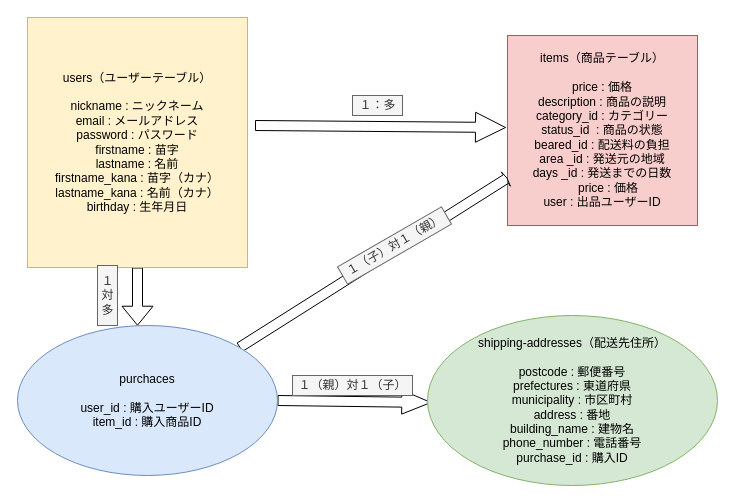
Toshi0619/furima-29092 keeps this draw.io diagram as erfigure.drawio. Above is the earlier version. Source tidied: cells renumbered, new cells numbered last; positions are measured from the earlier drawing's top-left corner, leaving out a move shared by most shapes. Both pictures are drawn from the tidied source at 100%, with x=0, y=0 at pixel (17, 17).
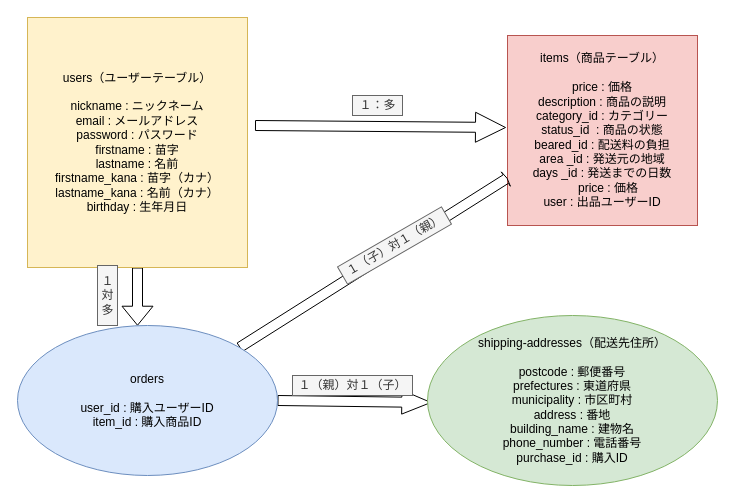
After the change.

What changed in the source:
```diff
@@
 <mxGraphModel>
   <root>
     <mxCell id="0" />
     <mxCell id="1" parent="0" />
     <mxCell id="2" style="edgeStyle=orthogonalEdgeStyle;shape=arrow;rounded=0;orthogonalLoop=1;jettySize=auto;html=1;" parent="1" edge="1">
       <mxGeometry relative="1" as="geometry">
         <mxPoint x="238" y="108" as="sourcePoint" />
         <mxPoint x="488" y="110" as="targetPoint" />
       </mxGeometry>
     </mxCell>
     <mxCell id="3" style="edgeStyle=orthogonalEdgeStyle;shape=flexArrow;rounded=0;jumpSize=13;jettySize=auto;html=1;fontColor=#000000;" parent="1" edge="1" source="4" target="8">
       <mxGeometry relative="1" as="geometry">
         <Array as="points">
           <mxPoint x="120" y="328" />
           <mxPoint x="120" y="328" />
         </Array>
       </mxGeometry>
     </mxCell>
     <mxCell id="4" value="users（ユーザーテーブル）&lt;br&gt;&lt;br&gt;nickname : ニックネーム&lt;br&gt;email : メールアドレス&lt;br&gt;password : パスワード&lt;br&gt;firstname : 苗字&lt;br&gt;lastname : 名前&lt;br&gt;firstname_kana : 苗字（カナ）&lt;br&gt;lastname_kana : 名前（カナ）&lt;br&gt;birthday : 生年月日" style="whiteSpace=wrap;html=1;fillColor=#fff2cc;strokeColor=#d6b656;fontColor=#000000;" parent="1" vertex="1">
       <mxGeometry x="10" width="220" height="250" as="geometry" />
     </mxCell>
     <mxCell id="5" value="items（商品テーブル）&lt;br&gt;&lt;br&gt;price : 価格&lt;br&gt;description : 商品の説明&lt;br&gt;category_id : カテゴリー&lt;br&gt;status_id&amp;nbsp;&amp;nbsp;: 商品の状態&lt;br&gt;beared_id&amp;nbsp;: 配送料の負担&lt;br&gt;area _id : 発送元の地域&lt;br&gt;days _id : 発送までの日数&lt;br&gt;　price : 価格&lt;br&gt;user : 出品ユーザーID" style="whiteSpace=wrap;html=1;fillColor=#f8cecc;strokeColor=#b85450;fontColor=#000000;" parent="1" vertex="1">
       <mxGeometry x="490" y="18" width="190" height="190" as="geometry" />
     </mxCell>
     <mxCell id="6" style="edgeStyle=none;shape=flexArrow;rounded=0;jumpSize=13;jettySize=auto;html=1;exitX=1;exitY=0;exitDx=0;exitDy=0;entryX=0;entryY=0.75;entryDx=0;entryDy=0;fontColor=#000000;endWidth=6;endSize=0.16;" parent="1" edge="1" source="8" target="5">
       <mxGeometry relative="1" as="geometry" />
     </mxCell>
     <mxCell id="7" style="edgeStyle=none;shape=flexArrow;rounded=0;jumpSize=13;jettySize=auto;html=1;entryX=-0.014;entryY=0.544;entryDx=0;entryDy=0;entryPerimeter=0;fontColor=#000000;endWidth=13;endSize=9.37;exitX=1;exitY=0.5;exitDx=0;exitDy=0;" parent="1" edge="1" source="8">
       <mxGeometry relative="1" as="geometry">
         <mxPoint x="413.9" y="385" as="targetPoint" />
       </mxGeometry>
     </mxCell>
-    <mxCell id="8" value="purchaces&lt;br&gt;&lt;br&gt;user_id : 購入ユーザーID&lt;br&gt;item_id : 購入商品ID" style="ellipse;whiteSpace=wrap;html=1;fillColor=#dae8fc;strokeColor=#6c8ebf;fontColor=#000000;" parent="1" vertex="1">
+    <mxCell id="8" value="orders&lt;br&gt;&lt;br&gt;user_id : 購入ユーザーID&lt;br&gt;item_id : 購入商品ID" style="ellipse;whiteSpace=wrap;html=1;fillColor=#dae8fc;strokeColor=#6c8ebf;fontColor=#000000;" parent="1" vertex="1">
       <mxGeometry y="308" width="260" height="150" as="geometry" />
     </mxCell>
     <mxCell id="9" value="shipping-addresses（配送先住所）&lt;br&gt;&lt;br&gt;postcode : 郵便番号&lt;br&gt;prefectures : 東道府県&lt;br&gt;municipality : 市区町村&lt;br&gt;address : 番地&lt;br&gt;building_name : 建物名&lt;br&gt;phone_number : 電話番号&lt;br&gt;purchase_id : 購入ID" style="ellipse;whiteSpace=wrap;html=1;fillColor=#d5e8d4;strokeColor=#82b366;fontColor=#000000;" parent="1" vertex="1">
       <mxGeometry x="410" y="298" width="290" height="170" as="geometry" />
     </mxCell>
     <mxCell id="10" value="１：多" style="text;html=1;align=center;verticalAlign=middle;fillColor=#f5f5f5;strokeColor=#666666;rounded=0;fontColor=#333333;" parent="1" vertex="1">
       <mxGeometry x="335" y="78" width="50" height="20" as="geometry" />
     </mxCell>
     <mxCell id="11" value="１（子）対１（親）" style="text;html=1;align=center;verticalAlign=middle;fillColor=#f5f5f5;strokeColor=#666666;rounded=0;fontColor=#333333;rotation=-30;" parent="1" vertex="1">
       <mxGeometry x="317" y="218" width="120" height="20" as="geometry" />
     </mxCell>
     <mxCell id="12" value="１（親）対１（子）" style="text;html=1;align=center;verticalAlign=middle;fillColor=#f5f5f5;strokeColor=#666666;rounded=0;fontColor=#333333;" parent="1" vertex="1">
       <mxGeometry x="275" y="358" width="120" height="20" as="geometry" />
     </mxCell>
     <mxCell id="13" value="１&lt;br&gt;対&lt;br&gt;多" style="text;html=1;align=center;verticalAlign=middle;fillColor=#f5f5f5;strokeColor=#666666;rounded=0;fontColor=#333333;rotation=90;horizontal=0;" parent="1" vertex="1">
       <mxGeometry x="60" y="268" width="60" height="20" as="geometry" />
     </mxCell>
   </root>
 </mxGraphModel>
```
